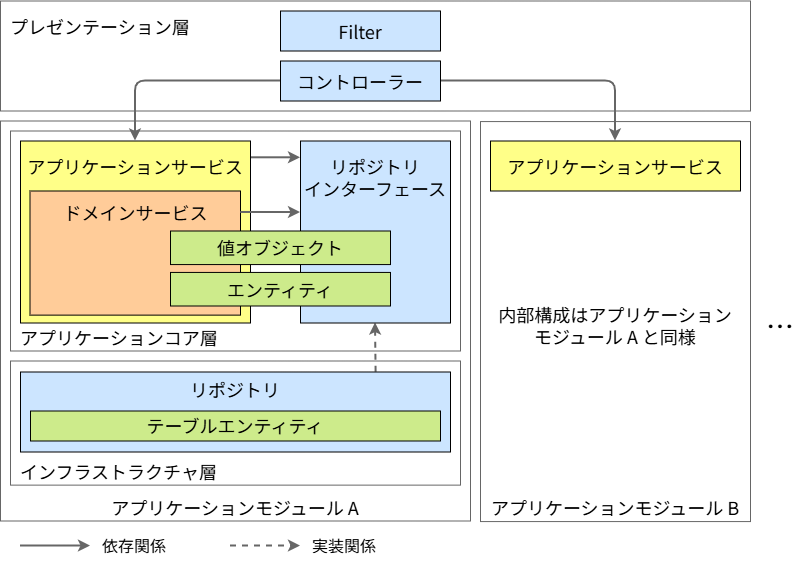
The draw.io diagram documents/contents/images/app-architecture/client-side-rendering/csr-architecture-light.png in AlesInfiny/maia, before a commit. Source tidied: cells renumbered, new cells last; positions are measured from the earlier drawing's top-left corner, leaving out a move shared by most shapes.
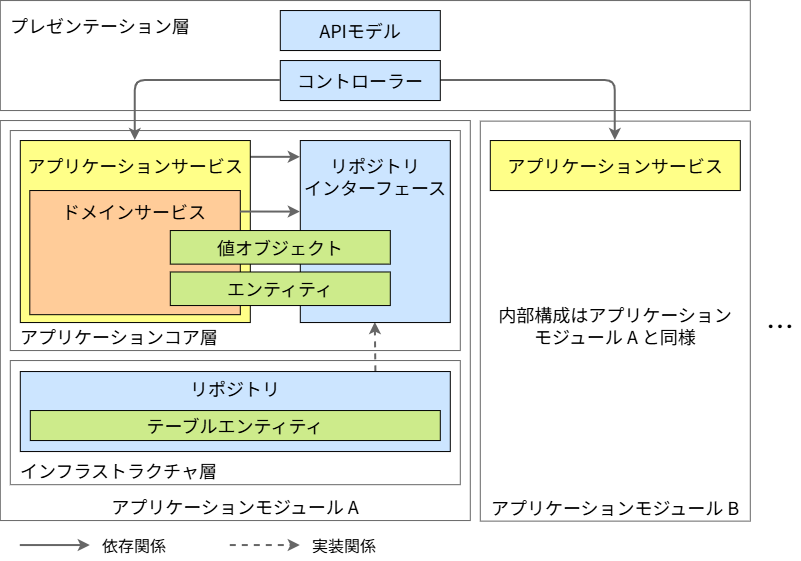
Later version of the same file.

Commit message:
アーキテクチャ概要図と説明の差分を最小化

Change to the diagram source:
```diff
@@ -61,7 +61,7 @@
     <mxCell id="17" value="&lt;font color=&quot;#000000&quot;&gt;コントローラー&lt;/font&gt;" style="rounded=0;whiteSpace=wrap;html=1;fontFamily=Noto Sans JP;fontSize=18;fillColor=#cce5ff;strokeColor=default;strokeWidth=1;spacingLeft=0;fontSource=https%3A%2F%2Ffonts.googleapis.com%2Fcss%3Ffamily%3DNoto%2BSans%2BJP;" parent="1" vertex="1">
       <mxGeometry x="280" y="60" width="160" height="40" as="geometry" />
     </mxCell>
-    <mxCell id="18" value="&lt;font color=&quot;#000000&quot;&gt;Filter&lt;/font&gt;" style="rounded=0;whiteSpace=wrap;html=1;fontFamily=Noto Sans JP;fontSize=18;fillColor=#cce5ff;strokeColor=default;strokeWidth=1;spacingLeft=0;fontSource=https%3A%2F%2Ffonts.googleapis.com%2Fcss%3Ffamily%3DNoto%2BSans%2BJP;" parent="1" vertex="1">
+    <mxCell id="18" value="APIモデル" style="rounded=0;whiteSpace=wrap;html=1;fontFamily=Noto Sans JP;fontSize=18;fillColor=#cce5ff;strokeColor=default;strokeWidth=1;spacingLeft=0;fontSource=https%3A%2F%2Ffonts.googleapis.com%2Fcss%3Ffamily%3DNoto%2BSans%2BJP;" parent="1" vertex="1">
       <mxGeometry x="280" y="10" width="160" height="40" as="geometry" />
     </mxCell>
     <mxCell id="19" value="&lt;font color=&quot;#000000&quot;&gt;テーブルエンティティ&lt;/font&gt;" style="rounded=0;whiteSpace=wrap;html=1;fontFamily=Noto Sans JP;fontSize=18;fillColor=#cdeb8b;strokeColor=default;strokeWidth=1;spacingLeft=0;fontSource=https%3A%2F%2Ffonts.googleapis.com%2Fcss%3Ffamily%3DNoto%2BSans%2BJP;" parent="1" vertex="1">
```
